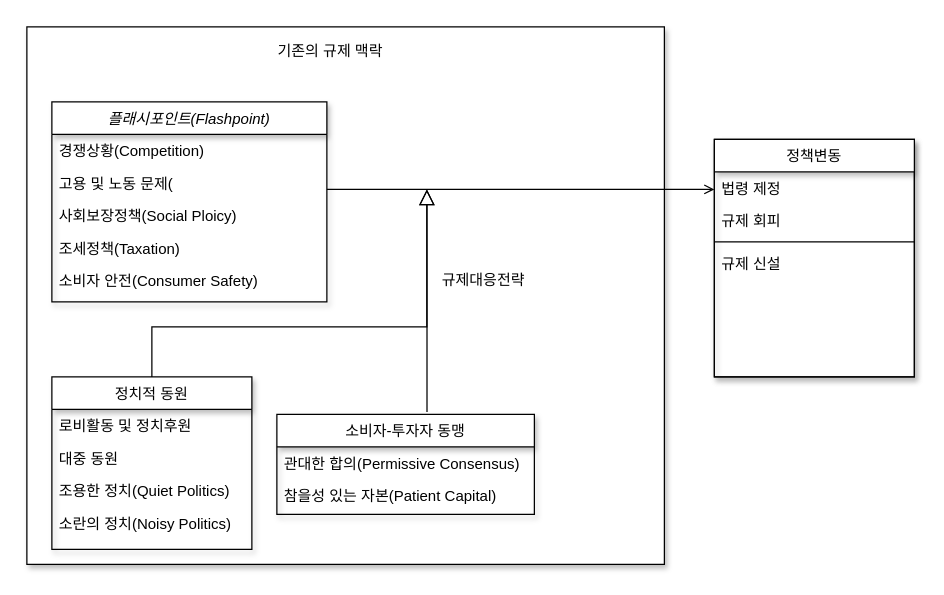
The draw.io diagram Diagram_Class.drawio in kjsang/analysis.coupang, before the edit. Source tidied: cells renumbered, new cells numbered last; positions are measured from the earlier drawing's top-left corner, leaving out a move shared by most shapes. Both pictures are drawn from the tidied source at 125%, with x=0, y=0 at pixel (26, 26).
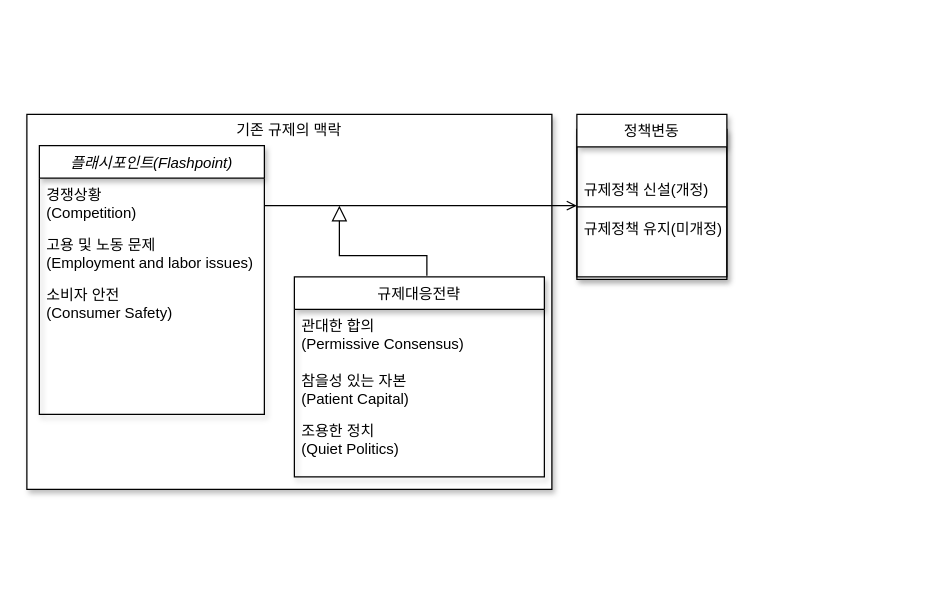
The same page after the edit.

What changed in the source:
```diff
@@
     <mxCell id="2" style="rounded=0;whiteSpace=wrap;html=1;shadow=1;" parent="1" vertex="1">
-      <mxGeometry x="550" y="90" width="160" height="190" as="geometry" />
+      <mxGeometry x="440" y="82" width="120" height="120" as="geometry" />
     </mxCell>
     <mxCell id="3" style="rounded=0;whiteSpace=wrap;html=1;shadow=1;" parent="1" vertex="1">
-      <mxGeometry width="510" height="430" as="geometry" />
+      <mxGeometry y="70" width="420" height="300" as="geometry" />
     </mxCell>
     <mxCell id="4" value="플래시포인트(Flashpoint)" style="swimlane;fontStyle=2;align=center;verticalAlign=top;horizontal=1;startSize=26;rounded=0;shadow=1;strokeWidth=1;" parent="1" vertex="1">
-      <mxGeometry x="20" y="60" width="220" height="160" as="geometry" />
+      <mxGeometry x="10" y="95" width="180" height="215" as="geometry" />
     </mxCell>
-    <mxCell id="5" value="경쟁상황(Competition)" style="text;align=left;verticalAlign=top;spacingLeft=4;spacingRight=4;overflow=hidden;rounded=0;shadow=0;html=0;" parent="4" vertex="1">
-      <mxGeometry y="26" width="220" height="26" as="geometry" />
-    </mxCell>
-    <mxCell id="6" value="고용 및 노동 문제(" style="text;align=left;verticalAlign=top;spacingLeft=4;spacingRight=4;overflow=hidden;rounded=0;shadow=0;html=0;" parent="4" vertex="1">
-      <mxGeometry y="52" width="220" height="26" as="geometry" />
+    <mxCell id="6" value="경쟁상황&#10;(Competition)&#10;  " style="text;align=left;verticalAlign=top;spacingLeft=4;spacingRight=4;overflow=hidden;rounded=0;shadow=0;html=0;" parent="4" vertex="1">
+      <mxGeometry y="26" width="180" height="40" as="geometry" />
     </mxCell>
-    <mxCell id="7" value="사회보장정책(Social Ploicy)" style="text;align=left;verticalAlign=top;spacingLeft=4;spacingRight=4;overflow=hidden;rounded=0;shadow=0;html=0;" parent="4" vertex="1">
-      <mxGeometry y="78" width="220" height="26" as="geometry" />
-    </mxCell>
-    <mxCell id="8" value="조세정책(Taxation)&#10;" style="text;align=left;verticalAlign=top;spacingLeft=4;spacingRight=4;overflow=hidden;" parent="4" vertex="1">
-      <mxGeometry y="104" width="220" height="26" as="geometry" />
-    </mxCell>
-    <mxCell id="9" value="소비자 안전(Consumer Safety)&#10;" style="text;align=left;verticalAlign=top;spacingLeft=4;spacingRight=4;overflow=hidden;" parent="4" vertex="1">
-      <mxGeometry y="130" width="220" height="26" as="geometry" />
-    </mxCell>
-    <mxCell id="10" value="정치적 동원" style="swimlane;fontStyle=0;align=center;verticalAlign=top;horizontal=1;startSize=26;rounded=0;shadow=1;strokeWidth=1;" parent="1" vertex="1">
-      <mxGeometry x="20" y="280" width="160" height="138" as="geometry" />
-    </mxCell>
-    <mxCell id="11" value="로비활동 및 정치후원" style="text;align=left;verticalAlign=top;spacingLeft=4;spacingRight=4;overflow=hidden;" parent="10" vertex="1">
-      <mxGeometry y="26" width="160" height="26" as="geometry" />
-    </mxCell>
-    <mxCell id="12" value="대중 동원" style="text;align=left;verticalAlign=top;spacingLeft=4;spacingRight=4;overflow=hidden;" parent="10" vertex="1">
-      <mxGeometry y="52" width="160" height="26" as="geometry" />
-    </mxCell>
-    <mxCell id="13" value="조용한 정치(Quiet Politics)" style="text;align=left;verticalAlign=top;spacingLeft=4;spacingRight=4;overflow=hidden;" parent="10" vertex="1">
-      <mxGeometry y="78" width="160" height="26" as="geometry" />
-    </mxCell>
-    <mxCell id="14" value="소란의 정치(Noisy Politics)" style="text;align=left;verticalAlign=top;spacingLeft=4;spacingRight=4;overflow=hidden;" parent="10" vertex="1">
-      <mxGeometry y="104" width="160" height="28" as="geometry" />
-    </mxCell>
-    <mxCell id="15" style="endArrow=block;endSize=10;endFill=0;shadow=0;strokeWidth=1;rounded=0;edgeStyle=elbowEdgeStyle;elbow=vertical;" parent="1" edge="1" source="10">
-      <mxGeometry relative="1" as="geometry">
-        <mxPoint x="320" y="130" as="targetPoint" />
-        <Array as="points">
-          <mxPoint x="230" y="240" />
-          <mxPoint x="380" y="210" />
-          <mxPoint x="310" y="210" />
-        </Array>
-      </mxGeometry>
-    </mxCell>
+    <mxCell id="28" value="고용 및 노동 문제&#10;(Employment and labor issues) &#10;&#10;  " style="text;align=left;verticalAlign=top;spacingLeft=4;spacingRight=4;overflow=hidden;rounded=0;shadow=0;html=0;" parent="4" vertex="1">
+      <mxGeometry y="66" width="180" height="40" as="geometry" />
+    </mxCell>
+    <mxCell id="29" value="소비자 안전&#10;(Consumer Safety)&#10;  " style="text;align=left;verticalAlign=top;spacingLeft=4;spacingRight=4;overflow=hidden;rounded=0;shadow=0;html=0;" parent="4" vertex="1">
+      <mxGeometry y="106" width="180" height="40" as="geometry" />
+    </mxCell>
-    <mxCell id="16" value="소비자-투자자 동맹" style="swimlane;fontStyle=0;align=center;verticalAlign=top;horizontal=1;startSize=26;rounded=0;shadow=1;strokeWidth=1;" parent="1" vertex="1">
-      <mxGeometry x="200" y="310" width="206" height="80" as="geometry" />
+    <mxCell id="16" value="규제대응전략" style="swimlane;fontStyle=0;align=center;verticalAlign=top;horizontal=1;startSize=26;rounded=0;shadow=1;strokeWidth=1;" parent="1" vertex="1">
+      <mxGeometry x="214" y="200" width="200" height="160" as="geometry" />
     </mxCell>
-    <mxCell id="17" value="관대한 합의(Permissive Consensus)" style="text;align=left;verticalAlign=top;spacingLeft=4;spacingRight=4;overflow=hidden;" parent="16" vertex="1">
-      <mxGeometry y="26" width="206" height="26" as="geometry" />
+    <mxCell id="17" value="관대한 합의&#10;(Permissive Consensus)" style="text;align=left;verticalAlign=top;spacingLeft=4;spacingRight=4;overflow=hidden;" parent="16" vertex="1">
+      <mxGeometry y="26" width="200" height="44" as="geometry" />
     </mxCell>
-    <mxCell id="18" value="참을성 있는 자본(Patient Capital)" style="text;align=left;verticalAlign=top;spacingLeft=4;spacingRight=4;overflow=hidden;" parent="16" vertex="1">
-      <mxGeometry y="52" width="206" height="26" as="geometry" />
+    <mxCell id="18" value="참을성 있는 자본&#10;(Patient Capital)" style="text;align=left;verticalAlign=top;spacingLeft=4;spacingRight=4;overflow=hidden;" parent="16" vertex="1">
+      <mxGeometry y="70" width="200" height="40" as="geometry" />
     </mxCell>
+    <mxCell id="30" value="조용한 정치&#10;(Quiet Politics)" style="text;align=left;verticalAlign=top;spacingLeft=4;spacingRight=4;overflow=hidden;" parent="16" vertex="1">
+      <mxGeometry y="110" width="200" height="40" as="geometry" />
+    </mxCell>
-    <mxCell id="19" style="endArrow=block;endSize=10;endFill=0;shadow=0;strokeWidth=1;rounded=0;edgeStyle=elbowEdgeStyle;elbow=vertical;exitX=0.583;exitY=-0.025;exitDx=0;exitDy=0;exitPerimeter=0;" parent="1" edge="1" source="16">
+    <mxCell id="19" style="endArrow=block;endSize=10;endFill=0;shadow=0;strokeWidth=1;rounded=0;edgeStyle=elbowEdgeStyle;elbow=vertical;" parent="1" edge="1">
       <mxGeometry relative="1" as="geometry">
-        <mxPoint x="320" y="130" as="targetPoint" />
+        <mxPoint x="320" y="199" as="sourcePoint" />
+        <mxPoint x="250" y="143" as="targetPoint" />
         <Array as="points">
-          <mxPoint x="340" y="240" />
-          <mxPoint x="410" y="210" />
-          <mxPoint x="140" y="224" />
+          <mxPoint x="290" y="183" />
+          <mxPoint x="410" y="213" />
+          <mxPoint x="140" y="227" />
         </Array>
       </mxGeometry>
     </mxCell>
     <mxCell id="20" value="정책변동" style="swimlane;fontStyle=0;align=center;verticalAlign=top;horizontal=1;startSize=26;rounded=0;shadow=1;strokeWidth=1;glass=0;sketch=0;" parent="1" vertex="1">
-      <mxGeometry x="550" y="90" width="160" height="190" as="geometry" />
+      <mxGeometry x="440" y="70" width="120" height="130" as="geometry" />
     </mxCell>
-    <mxCell id="21" value="법령 제정" style="text;align=left;verticalAlign=top;spacingLeft=4;spacingRight=4;overflow=hidden;" parent="20" vertex="1">
-      <mxGeometry y="26" width="160" height="26" as="geometry" />
-    </mxCell>
-    <mxCell id="22" value="규제 회피" style="text;align=left;verticalAlign=top;spacingLeft=4;spacingRight=4;overflow=hidden;rounded=0;shadow=0;html=0;" parent="20" vertex="1">
-      <mxGeometry y="52" width="160" height="26" as="geometry" />
+    <mxCell id="22" value="규제정책 신설(개정)" style="text;align=left;verticalAlign=bottom;spacingLeft=4;spacingRight=4;overflow=hidden;rounded=0;shadow=0;html=0;" parent="20" vertex="1">
+      <mxGeometry y="26" width="120" height="44" as="geometry" />
     </mxCell>
     <mxCell id="23" style="line;html=1;strokeWidth=1;align=left;verticalAlign=middle;spacingTop=-1;spacingLeft=3;spacingRight=3;labelPosition=right;" parent="20" vertex="1">
-      <mxGeometry y="78" width="160" height="8" as="geometry" />
+      <mxGeometry y="70" width="120" height="8" as="geometry" />
     </mxCell>
-    <mxCell id="24" value="규제 신설" style="text;align=left;verticalAlign=top;spacingLeft=4;spacingRight=4;overflow=hidden;rounded=0;shadow=0;html=0;" parent="20" vertex="1">
-      <mxGeometry y="86" width="160" height="26" as="geometry" />
+    <mxCell id="24" value="규제정책 유지(미개정)" style="text;align=left;verticalAlign=top;spacingLeft=4;spacingRight=4;overflow=hidden;rounded=0;shadow=0;html=0;" parent="20" vertex="1">
+      <mxGeometry y="78" width="120" height="26" as="geometry" />
     </mxCell>
-    <mxCell id="25" style="endArrow=open;shadow=0;strokeWidth=1;rounded=0;endFill=1;edgeStyle=elbowEdgeStyle;elbow=vertical;" parent="1" edge="1" source="4" target="20">
+    <mxCell id="25" style="endArrow=open;shadow=0;strokeWidth=1;rounded=0;endFill=1;edgeStyle=elbowEdgeStyle;elbow=vertical;" parent="1" edge="1">
       <mxGeometry x="0.5" y="41" relative="1" as="geometry">
+        <mxPoint x="190" y="143" as="sourcePoint" />
+        <mxPoint x="440" y="143" as="targetPoint" />
         <Array as="points">
-          <mxPoint x="350" y="130" />
-          <mxPoint x="330" y="100" />
-          <mxPoint x="280" y="120" />
+          <mxPoint x="430" y="143" />
+          <mxPoint x="230" y="143" />
+          <mxPoint x="350" y="133" />
+          <mxPoint x="330" y="103" />
+          <mxPoint x="280" y="123" />
         </Array>
         <mxPoint x="-40" y="32" as="offset" />
       </mxGeometry>
     </mxCell>
-    <mxCell id="26" value="규제대응전략" style="text;html=1;align=center;verticalAlign=middle;labelBackgroundColor=none;rounded=0;shadow=0;strokeWidth=1;fontSize=12;" parent="25" vertex="1">
-      <mxGeometry x="0.5" y="49" relative="1" as="geometry">
-        <mxPoint x="-109" y="121" as="offset" />
-      </mxGeometry>
-    </mxCell>
-    <mxCell id="27" value="기존의 규제 맥락" style="text;html=1;strokeColor=none;fillColor=none;align=center;verticalAlign=middle;whiteSpace=wrap;rounded=0;shadow=1;" parent="1" vertex="1">
-      <mxGeometry x="170" y="10" width="146" height="20" as="geometry" />
+    <mxCell id="27" value="기존 규제의 맥락" style="text;html=1;strokeColor=none;fillColor=none;align=center;verticalAlign=middle;whiteSpace=wrap;rounded=0;shadow=1;" parent="1" vertex="1">
+      <mxGeometry x="137" y="73" width="146" height="20" as="geometry" />
     </mxCell>
```
